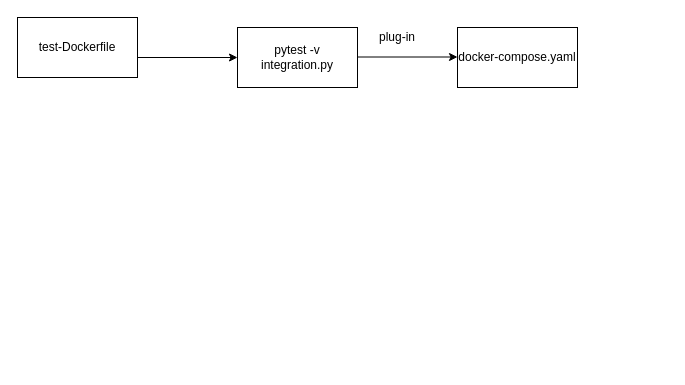
The draw.io diagram Untitled Diagram.drawio in vishalshah1984/samle-CI, before the edit. Source tidied: cells renumbered, new cells numbered last; positions are measured from the earlier drawing's top-left corner, leaving out a move shared by most shapes. Both pictures are drawn from the tidied source at 100%, with x=0, y=0 at pixel (17, 17).
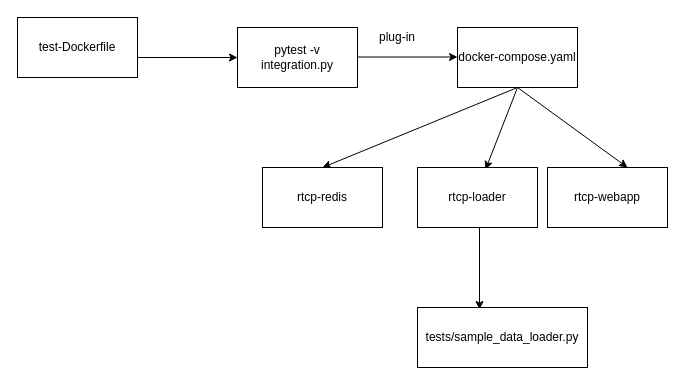
Above is the later version.

Change to the diagram source:
```diff
@@
 <mxGraphModel>
   <root>
     <mxCell id="0" />
     <mxCell id="1" parent="0" />
     <mxCell id="2" value="test-Dockerfile" style="rounded=0;whiteSpace=wrap;html=1;" parent="1" vertex="1">
       <mxGeometry width="120" height="60" as="geometry" />
     </mxCell>
     <mxCell id="3" style="endArrow=classic;html=1;" parent="1" edge="1">
       <mxGeometry relative="1" as="geometry">
         <mxPoint x="120" y="40" as="sourcePoint" />
         <mxPoint x="220" y="40" as="targetPoint" />
       </mxGeometry>
     </mxCell>
     <mxCell id="4" value="pytest -v integration.py" style="rounded=0;whiteSpace=wrap;html=1;" parent="1" vertex="1">
       <mxGeometry x="220" y="10" width="120" height="60" as="geometry" />
     </mxCell>
     <mxCell id="5" style="endArrow=classic;html=1;" parent="1" edge="1">
       <mxGeometry relative="1" as="geometry">
         <mxPoint x="340" y="39.5" as="sourcePoint" />
         <mxPoint x="440" y="39.5" as="targetPoint" />
       </mxGeometry>
     </mxCell>
     <mxCell id="6" value="docker-compose.yaml" style="rounded=0;whiteSpace=wrap;html=1;" parent="1" vertex="1">
       <mxGeometry x="440" y="10" width="120" height="60" as="geometry" />
     </mxCell>
     <mxCell id="7" value="plug-in" style="text;html=1;strokeColor=none;fillColor=none;align=center;verticalAlign=middle;whiteSpace=wrap;rounded=0;" parent="1" vertex="1">
       <mxGeometry x="360" y="10" width="40" height="20" as="geometry" />
     </mxCell>
+    <mxCell id="8" style="endArrow=classic;html=1;exitX=0.5;exitY=1;exitDx=0;exitDy=0;entryX=0.567;entryY=0.033;entryDx=0;entryDy=0;entryPerimeter=0;" parent="1" edge="1" source="6" target="9">
+      <mxGeometry relative="1" as="geometry" />
+    </mxCell>
+    <mxCell id="9" value="rtcp-loader" style="rounded=0;whiteSpace=wrap;html=1;" parent="1" vertex="1">
+      <mxGeometry x="400" y="150" width="120" height="60" as="geometry" />
+    </mxCell>
+    <mxCell id="10" style="endArrow=classic;html=1;exitX=0.5;exitY=1;exitDx=0;exitDy=0;entryX=0.5;entryY=0;entryDx=0;entryDy=0;" parent="1" edge="1" source="6" target="11">
+      <mxGeometry relative="1" as="geometry" />
+    </mxCell>
+    <mxCell id="11" value="rtcp-redis" style="rounded=0;whiteSpace=wrap;html=1;" parent="1" vertex="1">
+      <mxGeometry x="245" y="150" width="120" height="60" as="geometry" />
+    </mxCell>
+    <mxCell id="12" style="endArrow=classic;html=1;exitX=0.5;exitY=1;exitDx=0;exitDy=0;" parent="1" edge="1" source="6">
+      <mxGeometry relative="1" as="geometry">
+        <mxPoint x="610" y="150" as="targetPoint" />
+      </mxGeometry>
+    </mxCell>
+    <mxCell id="13" value="rtcp-webapp" style="rounded=0;whiteSpace=wrap;html=1;" parent="1" vertex="1">
+      <mxGeometry x="530" y="150" width="120" height="60" as="geometry" />
+    </mxCell>
+    <mxCell id="14" style="endArrow=classic;html=1;exitX=0.5;exitY=1;exitDx=0;exitDy=0;" parent="1" edge="1">
+      <mxGeometry relative="1" as="geometry">
+        <mxPoint x="462" y="210" as="sourcePoint" />
+        <mxPoint x="462" y="292" as="targetPoint" />
+      </mxGeometry>
+    </mxCell>
+    <mxCell id="15" value="tests/sample_data_loader.py" style="rounded=0;whiteSpace=wrap;html=1;" parent="1" vertex="1">
+      <mxGeometry x="400" y="290" width="170" height="60" as="geometry" />
+    </mxCell>
   </root>
 </mxGraphModel>
```
